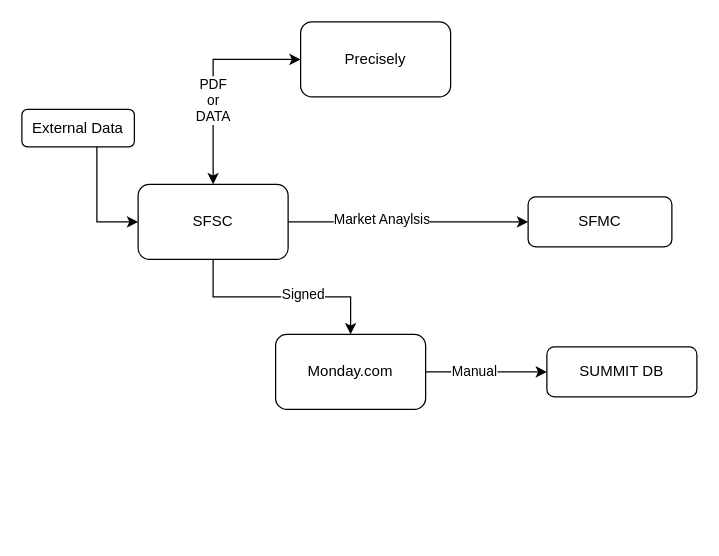
The draw.io diagram page "CF" (4 of 8) of 11.drawio in ai-next-zen/diagrams, before the edit. Source tidied: cells renumbered, new cells numbered last; positions are measured from the earlier drawing's top-left corner, leaving out a move shared by most shapes. Both pictures are drawn from the tidied source at 125%, with x=0, y=0 at pixel (21, 21).
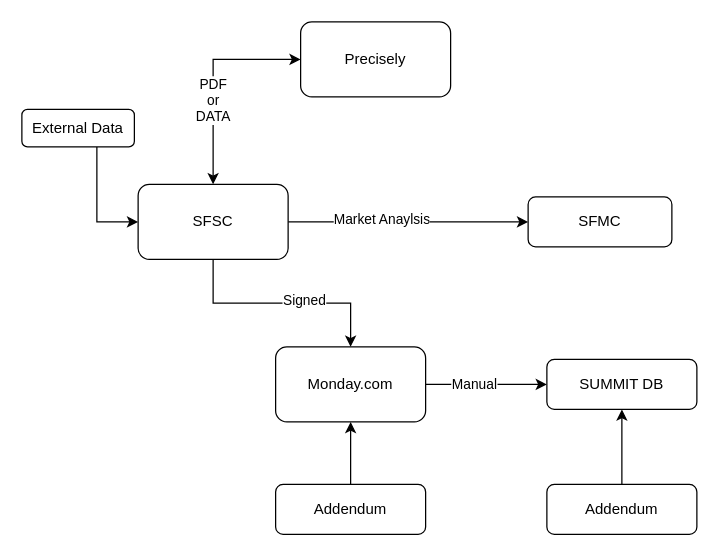
The same page after the edit.

Change to the diagram source:
```diff
@@
     <mxCell id="11" value="Monday.com" style="whiteSpace=wrap;html=1;rounded=1;" parent="1" vertex="1">
-      <mxGeometry x="203" y="250" width="120" height="60" as="geometry" />
+      <mxGeometry x="203" y="260" width="120" height="60" as="geometry" />
     </mxCell>
@@
     <mxCell id="16" value="SUMMIT DB" style="whiteSpace=wrap;html=1;rounded=1;" parent="1" vertex="1">
-      <mxGeometry x="420" y="260" width="120" height="40" as="geometry" />
+      <mxGeometry x="420" y="270" width="120" height="40" as="geometry" />
     </mxCell>
+    <mxCell id="17" style="edgeStyle=orthogonalEdgeStyle;rounded=0;jettySize=auto;html=1;" parent="1" edge="1" source="18" target="11">
+      <mxGeometry relative="1" as="geometry" />
+    </mxCell>
+    <mxCell id="18" value="Addendum" style="whiteSpace=wrap;html=1;rounded=1;" parent="1" vertex="1">
+      <mxGeometry x="203" y="370" width="120" height="40" as="geometry" />
+    </mxCell>
+    <mxCell id="19" style="edgeStyle=orthogonalEdgeStyle;rounded=0;jettySize=auto;html=1;" parent="1" edge="1" source="20" target="16">
+      <mxGeometry relative="1" as="geometry" />
+    </mxCell>
+    <mxCell id="20" value="Addendum" style="whiteSpace=wrap;html=1;rounded=1;" parent="1" vertex="1">
+      <mxGeometry x="420" y="370" width="120" height="40" as="geometry" />
+    </mxCell>
```
